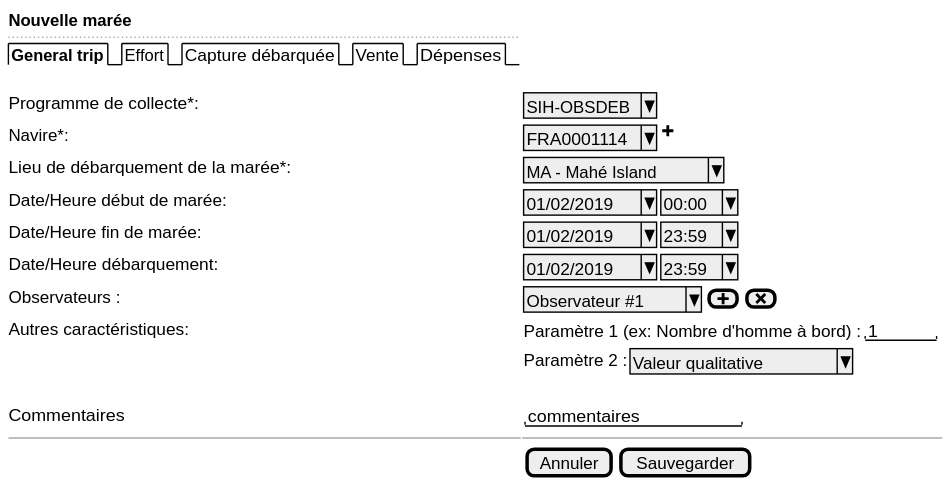
The PlantUML diagram use-case/collect/trip/landing-ui-new.svg in sumaris-net/sumaris-doc, before a commit. Its source is kept beside it as use-case/collect/trip/landing-ui-new.puml.
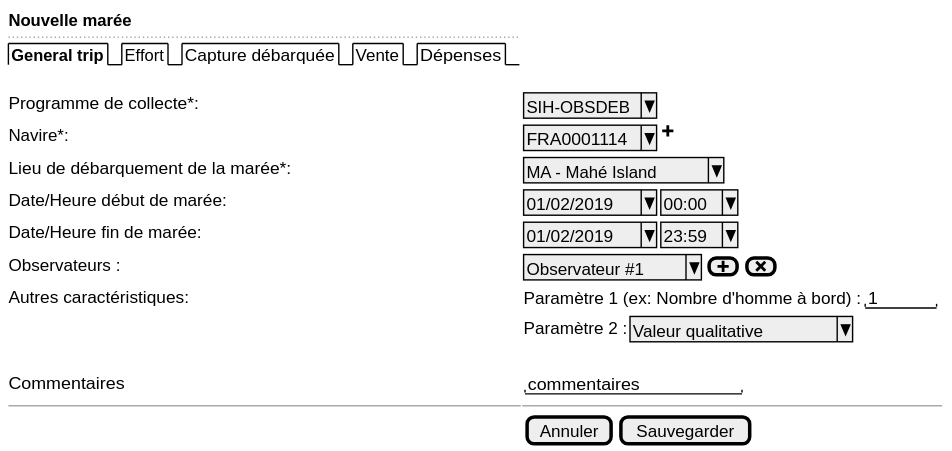
After the change.

Diff of the diagram source:
```diff
@@ -9,7 +9,6 @@
   Lieu de débarquement de la marée*:     | { ^MA - Mahé Island^ }
   Date/Heure début de marée:  | { ^01/02/2019^ | ^00:00^ }
   Date/Heure fin de marée:  | { ^01/02/2019^ | ^23:59^ }
-  Date/Heure débarquement:  | { ^01/02/2019^ | ^23:59^ }
   Observateurs :            | { ^Observateur #1^ | [<&plus>] | [<&x>]}
   Autres caractéristiques:  | { Paramètre 1 (ex: Nombre d'homme à bord) : | "   1  " }
   .                         | { Paramètre 2 : | ^Valeur qualitative^ }
```
